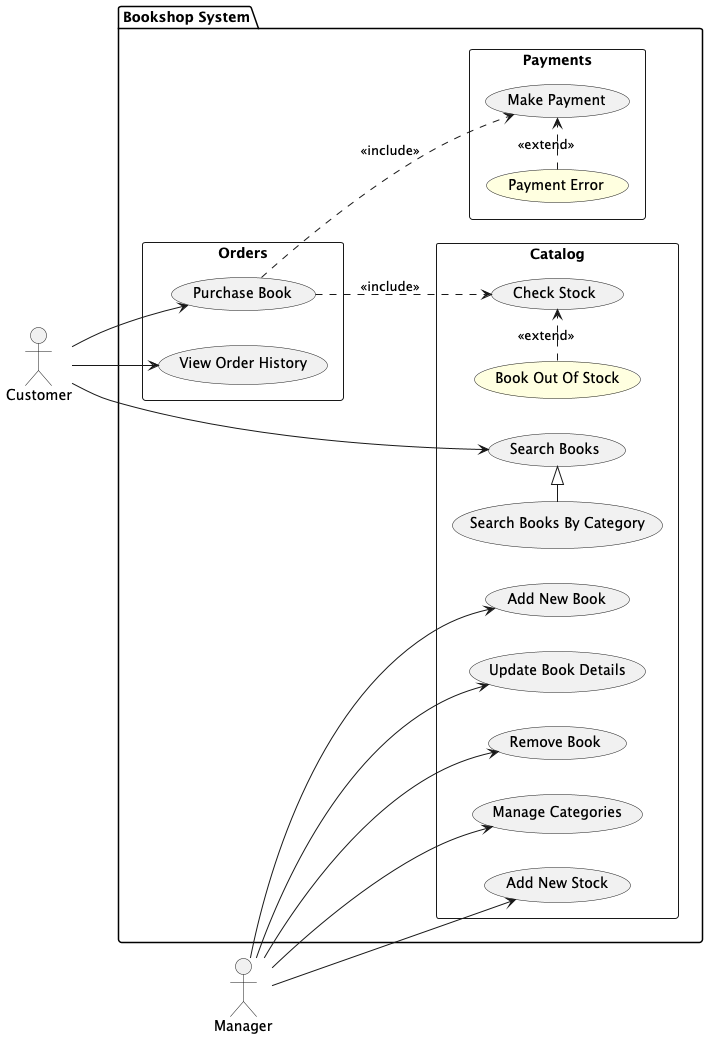
Above: docs/architecture/use-case-diagrams/rendered/overview.png in mikelgoig/php-microservice-example (PlantUML), before the change.
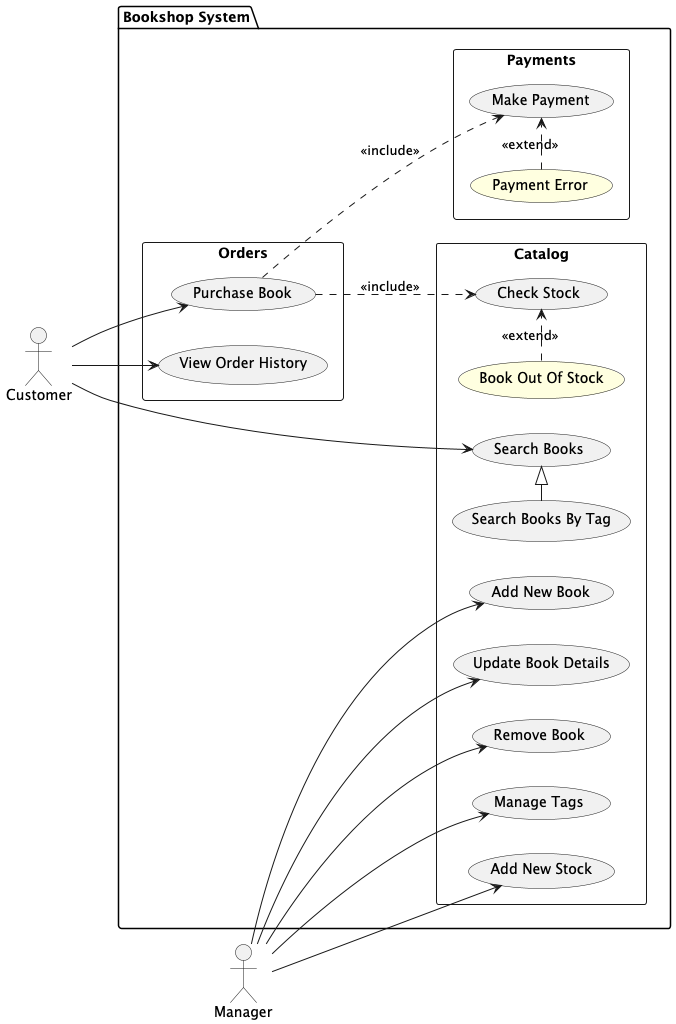
After the change.

Commit message:
docs: replace 'Category' with 'Tag' in catalog context docs

The edit, as a diff of the source:
```diff
@@ -9,13 +9,13 @@
         usecase "Add New Book"
         usecase "Update Book Details"
         usecase "Remove Book"
-        usecase "Manage Categories"
+        usecase "Manage Tags"
         usecase "Add New Stock"
         usecase "Check Stock"
         usecase "Book Out Of Stock" #lightyellow
         usecase "Search Books"
-        usecase "Search Books By Category"
-        "Search Books By Category" -right-|> "Search Books"
+        usecase "Search Books By Tag"
+        "Search Books By Tag" -right-|> "Search Books"
         "Book Out Of Stock" .right.> "Check Stock" : <<extend>>
     }
 
@@ -35,7 +35,7 @@
 Manager --> "Update Book Details"
 Manager --> "Remove Book"
 Manager --> "Add New Stock"
-Manager --> "Manage Categories"
+Manager --> "Manage Tags"
 
 Customer --> "Search Books"
 
```
